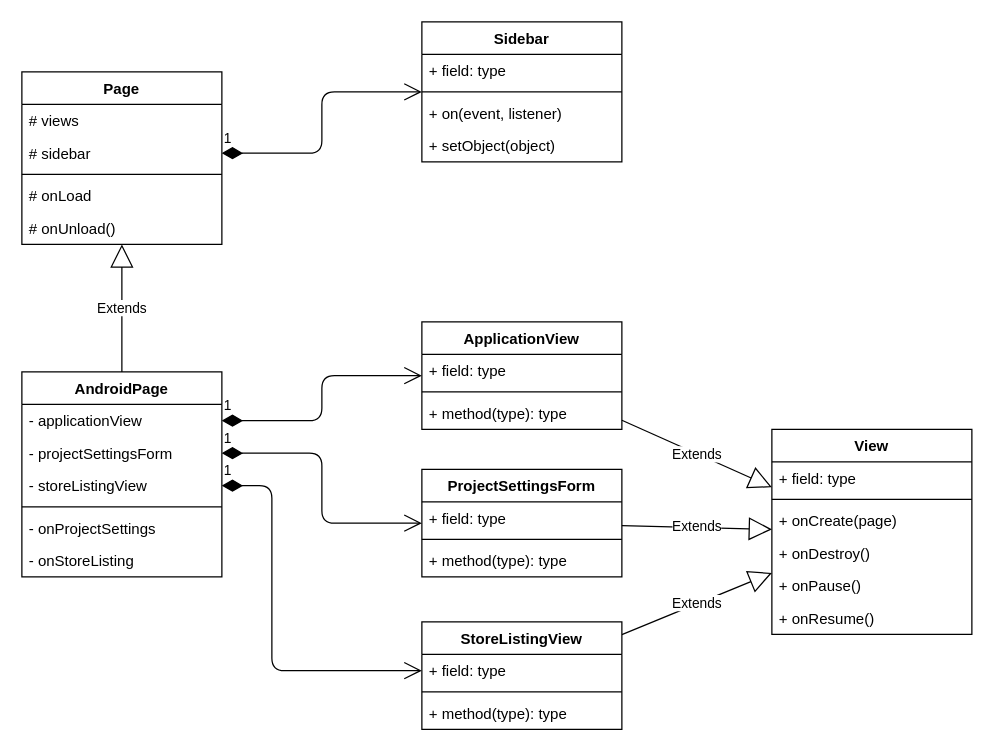
Above: page "AndroidPage" (2 of 7) of doc/ui-classes.drawio in kids-cademy/atlas-studio (draw.io), before the change. Source tidied: cells renumbered, new cells numbered last; positions are measured from the earlier drawing's top-left corner, leaving out a move shared by most shapes. Both pictures are drawn from the tidied source at 125%, with x=0, y=0 at pixel (21, 21).
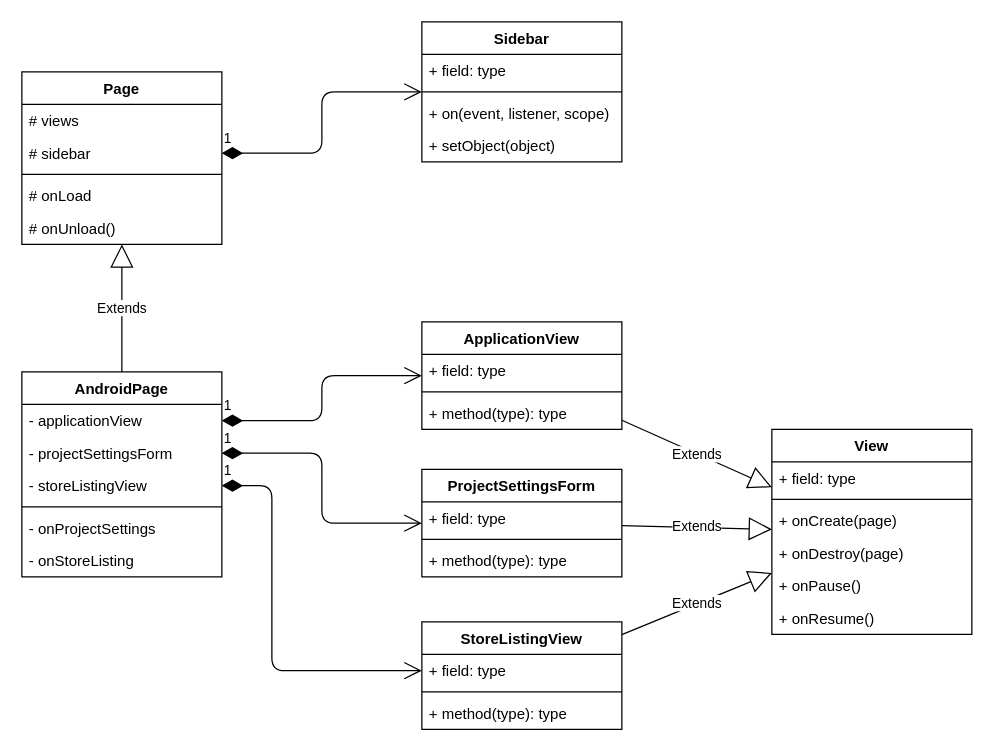
The same diagram, later.

The change refers to these unchanged cells:
```xml
<mxCell id="35" value="Sidebar" style="swimlane;fontStyle=1;align=center;verticalAlign=top;horizontal=1;startSize=26;" parent="1" vertex="1">
  <mxGeometry x="320" width="160" height="112" as="geometry" />
</mxCell>
<mxCell id="40" value="View" style="swimlane;fontStyle=1;align=center;verticalAlign=top;horizontal=1;startSize=26;" parent="1" vertex="1">
  <mxGeometry x="600" y="326" width="160" height="164" as="geometry" />
</mxCell>
```

What changed in the source:
```diff
@@
-    <mxCell id="38" value="+ on(event, listener)" style="text;strokeColor=none;fillColor=none;align=left;verticalAlign=top;spacingLeft=4;spacingRight=4;overflow=hidden;" parent="35" vertex="1">
+    <mxCell id="38" value="+ on(event, listener, scope)" style="text;strokeColor=none;fillColor=none;align=left;verticalAlign=top;spacingLeft=4;spacingRight=4;overflow=hidden;" parent="35" vertex="1">
       <mxGeometry y="60" width="160" height="26" as="geometry" />
     </mxCell>
@@
-    <mxCell id="44" value="+ onDestroy()" style="text;strokeColor=none;fillColor=none;align=left;verticalAlign=top;spacingLeft=4;spacingRight=4;overflow=hidden;" parent="40" vertex="1">
+    <mxCell id="44" value="+ onDestroy(page)" style="text;strokeColor=none;fillColor=none;align=left;verticalAlign=top;spacingLeft=4;spacingRight=4;overflow=hidden;" parent="40" vertex="1">
       <mxGeometry y="86" width="160" height="26" as="geometry" />
     </mxCell>
```
